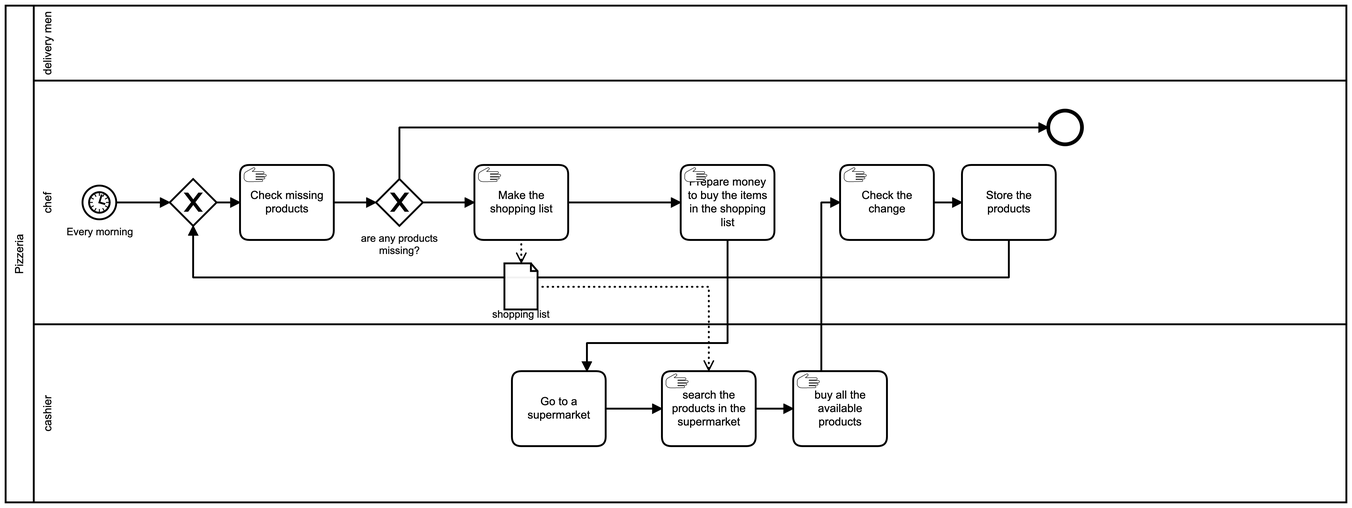
MattiaRiola/is-pizzeria-project keeps this BPMN diagram as images/BPMN_ASIS_InventoryRestock.png. Above is the earlier version. Its source is kept beside it as camunda_files/BPMN_ASIS_InventoryRestock.bpmn. Ids are renumbered. The source it was exported from:
```xml
<bpmn:definitions xmlns:bpmn="http://www.omg.org/spec/BPMN/20100524/MODEL" xmlns:bpmndi="http://www.omg.org/spec/BPMN/20100524/DI" xmlns:dc="http://www.omg.org/spec/DD/20100524/DC" xmlns:di="http://www.omg.org/spec/DD/20100524/DI" xmlns:modeler="http://camunda.org/schema/modeler/1.0" id="Definitions_n1" targetNamespace="http://bpmn.io/schema/bpmn" exporter="Camunda Modeler" exporterVersion="4.11.1" modeler:executionPlatform="Camunda Platform" modeler:executionPlatformVersion="7.15.0">
  <bpmn:collaboration id="Collaboration_n2">
    <bpmn:participant id="Participant_n3" name="Pizzeria" processRef="Process_n4" />
  </bpmn:collaboration>
  <bpmn:process id="Process_n4" isExecutable="false">
    <bpmn:laneSet id="LaneSet_n5">
      <bpmn:lane id="Lane_n6" name="delivery men" />
      <bpmn:lane id="Lane_n7" name="chef">
        <bpmn:flowNodeRef>StartEvent_1</bpmn:flowNodeRef>
        <bpmn:flowNodeRef>Gateway_n8</bpmn:flowNodeRef>
        <bpmn:flowNodeRef>Activity_n9</bpmn:flowNodeRef>
        <bpmn:flowNodeRef>Gateway_n10</bpmn:flowNodeRef>
        <bpmn:flowNodeRef>Activity_n11</bpmn:flowNodeRef>
        <bpmn:flowNodeRef>Activity_n12</bpmn:flowNodeRef>
        <bpmn:flowNodeRef>Activity_n13</bpmn:flowNodeRef>
        <bpmn:flowNodeRef>Activity_n14</bpmn:flowNodeRef>
        <bpmn:flowNodeRef>Event_n15</bpmn:flowNodeRef>
      </bpmn:lane>
      <bpmn:lane id="Lane_n16" name="cashier">
        <bpmn:flowNodeRef>Activity_n17</bpmn:flowNodeRef>
        <bpmn:flowNodeRef>Activity_n18</bpmn:flowNodeRef>
        <bpmn:flowNodeRef>Activity_n19</bpmn:flowNodeRef>
      </bpmn:lane>
    </bpmn:laneSet>
    <bpmn:startEvent id="StartEvent_1" name="Every morning">
      <bpmn:outgoing>Flow_n20</bpmn:outgoing>
      <bpmn:timerEventDefinition id="TimerEventDefinition_n21" />
    </bpmn:startEvent>
    <bpmn:exclusiveGateway id="Gateway_n8">
      <bpmn:incoming>Flow_n20</bpmn:incoming>
      <bpmn:incoming>Flow_n22</bpmn:incoming>
      <bpmn:outgoing>Flow_n23</bpmn:outgoing>
    </bpmn:exclusiveGateway>
    <bpmn:task id="Activity_n17" name="Go to a supermarket">
      <bpmn:incoming>Flow_n24</bpmn:incoming>
      <bpmn:outgoing>Flow_n25</bpmn:outgoing>
    </bpmn:task>
    <bpmn:task id="Activity_n9" name="Store the products">
      <bpmn:incoming>Flow_n26</bpmn:incoming>
      <bpmn:outgoing>Flow_n22</bpmn:outgoing>
    </bpmn:task>
    <bpmn:dataObjectReference id="DataObjectReference_n27" name="shopping list" dataObjectRef="DataObject_n28" />
    <bpmn:dataObject id="DataObject_n28" />
    <bpmn:exclusiveGateway id="Gateway_n10" name="are any products missing?">
      <bpmn:incoming>Flow_n29</bpmn:incoming>
      <bpmn:outgoing>Flow_n30</bpmn:outgoing>
      <bpmn:outgoing>Flow_n31</bpmn:outgoing>
    </bpmn:exclusiveGateway>
    <bpmn:sequenceFlow id="Flow_n20" sourceRef="StartEvent_1" targetRef="Gateway_n8" />
    <bpmn:sequenceFlow id="Flow_n29" sourceRef="Activity_n11" targetRef="Gateway_n10" />
    <bpmn:sequenceFlow id="Flow_n23" sourceRef="Gateway_n8" targetRef="Activity_n11" />
    <bpmn:sequenceFlow id="Flow_n22" sourceRef="Activity_n9" targetRef="Gateway_n8" />
    <bpmn:sequenceFlow id="Flow_n24" sourceRef="Activity_n13" targetRef="Activity_n17" />
    <bpmn:sequenceFlow id="Flow_n25" sourceRef="Activity_n17" targetRef="Activity_n18" />
    <bpmn:sequenceFlow id="Flow_n32" sourceRef="Activity_n18" targetRef="Activity_n19" />
    <bpmn:sequenceFlow id="Flow_n33" sourceRef="Activity_n19" targetRef="Activity_n14" />
    <bpmn:sequenceFlow id="Flow_n26" sourceRef="Activity_n14" targetRef="Activity_n9" />
    <bpmn:sequenceFlow id="Flow_n34" sourceRef="Activity_n12" targetRef="Activity_n13" />
    <bpmn:sequenceFlow id="Flow_n30" sourceRef="Gateway_n10" targetRef="Activity_n12" />
    <bpmn:sequenceFlow id="Flow_n31" sourceRef="Gateway_n10" targetRef="Event_n15" />
    <bpmn:manualTask id="Activity_n11" name="Check missing products">
      <bpmn:incoming>Flow_n23</bpmn:incoming>
      <bpmn:outgoing>Flow_n29</bpmn:outgoing>
    </bpmn:manualTask>
    <bpmn:manualTask id="Activity_n12" name="Make the shopping list">
      <bpmn:incoming>Flow_n30</bpmn:incoming>
      <bpmn:outgoing>Flow_n34</bpmn:outgoing>
      <bpmn:dataOutputAssociation id="DataOutputAssociation_n35">
        <bpmn:targetRef>DataObjectReference_n27</bpmn:targetRef>
      </bpmn:dataOutputAssociation>
    </bpmn:manualTask>
    <bpmn:manualTask id="Activity_n13" name="Prepare money to buy the items in the shopping list">
      <bpmn:incoming>Flow_n34</bpmn:incoming>
      <bpmn:outgoing>Flow_n24</bpmn:outgoing>
    </bpmn:manualTask>
    <bpmn:manualTask id="Activity_n14" name="Check the change">
      <bpmn:incoming>Flow_n33</bpmn:incoming>
      <bpmn:outgoing>Flow_n26</bpmn:outgoing>
    </bpmn:manualTask>
    <bpmn:manualTask id="Activity_n18" name="search the products in the supermarket">
      <bpmn:incoming>Flow_n25</bpmn:incoming>
      <bpmn:outgoing>Flow_n32</bpmn:outgoing>
      <bpmn:property id="Property_n36" name="__targetRef_placeholder" />
      <bpmn:dataInputAssociation id="DataInputAssociation_n37">
        <bpmn:sourceRef>DataObjectReference_n27</bpmn:sourceRef>
        <bpmn:targetRef>Property_n36</bpmn:targetRef>
      </bpmn:dataInputAssociation>
    </bpmn:manualTask>
    <bpmn:manualTask id="Activity_n19" name="buy all the available products">
      <bpmn:incoming>Flow_n32</bpmn:incoming>
      <bpmn:outgoing>Flow_n33</bpmn:outgoing>
    </bpmn:manualTask>
    <bpmn:endEvent id="Event_n15">
      <bpmn:incoming>Flow_n31</bpmn:incoming>
    </bpmn:endEvent>
  </bpmn:process>
  <bpmndi:BPMNDiagram id="BPMNDiagram_1">
    <bpmndi:BPMNPlane id="BPMNPlane_1" bpmnElement="Collaboration_n2">
      <bpmndi:BPMNShape id="Participant_n3_di" bpmnElement="Participant_n3" isHorizontal="true">
        <dc:Bounds x="160" y="80" width="1430" height="530" />
      </bpmndi:BPMNShape>
      <bpmndi:BPMNShape id="Lane_n16_di" bpmnElement="Lane_n16" isHorizontal="true">
        <dc:Bounds x="190" y="420" width="1400" height="190" />
      </bpmndi:BPMNShape>
      <bpmndi:BPMNShape id="Lane_n7_di" bpmnElement="Lane_n7" isHorizontal="true">
        <dc:Bounds x="190" y="160" width="1400" height="260" />
      </bpmndi:BPMNShape>
      <bpmndi:BPMNShape id="Lane_n6_di" bpmnElement="Lane_n6" isHorizontal="true">
        <dc:Bounds x="190" y="80" width="1400" height="80" />
      </bpmndi:BPMNShape>
      <bpmndi:BPMNEdge id="Flow_n31_di" bpmnElement="Flow_n31">
        <di:waypoint x="580" y="265" />
        <di:waypoint x="580" y="210" />
        <di:waypoint x="1272" y="210" />
      </bpmndi:BPMNEdge>
      <bpmndi:BPMNEdge id="Flow_n30_di" bpmnElement="Flow_n30">
        <di:waypoint x="605" y="290" />
        <di:waypoint x="660" y="290" />
      </bpmndi:BPMNEdge>
      <bpmndi:BPMNEdge id="Flow_n34_di" bpmnElement="Flow_n34">
        <di:waypoint x="760" y="290" />
        <di:waypoint x="880" y="290" />
      </bpmndi:BPMNEdge>
      <bpmndi:BPMNEdge id="Flow_n26_di" bpmnElement="Flow_n26">
        <di:waypoint x="1150" y="290" />
        <di:waypoint x="1180" y="290" />
      </bpmndi:BPMNEdge>
      <bpmndi:BPMNEdge id="Flow_n33_di" bpmnElement="Flow_n33">
        <di:waypoint x="1030" y="470" />
        <di:waypoint x="1030" y="290" />
        <di:waypoint x="1050" y="290" />
      </bpmndi:BPMNEdge>
      <bpmndi:BPMNEdge id="Flow_n32_di" bpmnElement="Flow_n32">
        <di:waypoint x="960" y="510" />
        <di:waypoint x="1000" y="510" />
      </bpmndi:BPMNEdge>
      <bpmndi:BPMNEdge id="Flow_n25_di" bpmnElement="Flow_n25">
        <di:waypoint x="800" y="510" />
        <di:waypoint x="860" y="510" />
      </bpmndi:BPMNEdge>
      <bpmndi:BPMNEdge id="Flow_n24_di" bpmnElement="Flow_n24">
        <di:waypoint x="930" y="330" />
        <di:waypoint x="930" y="440" />
        <di:waypoint x="780" y="440" />
        <di:waypoint x="780" y="470" />
      </bpmndi:BPMNEdge>
      <bpmndi:BPMNEdge id="Flow_n22_di" bpmnElement="Flow_n22">
        <di:waypoint x="1230" y="330" />
        <di:waypoint x="1230" y="370" />
        <di:waypoint x="360" y="370" />
        <di:waypoint x="360" y="315" />
      </bpmndi:BPMNEdge>
      <bpmndi:BPMNEdge id="Flow_n23_di" bpmnElement="Flow_n23">
        <di:waypoint x="385" y="290" />
        <di:waypoint x="410" y="290" />
      </bpmndi:BPMNEdge>
      <bpmndi:BPMNEdge id="Flow_n29_di" bpmnElement="Flow_n29">
        <di:waypoint x="510" y="290" />
        <di:waypoint x="555" y="290" />
      </bpmndi:BPMNEdge>
      <bpmndi:BPMNEdge id="Flow_n20_di" bpmnElement="Flow_n20">
        <di:waypoint x="278" y="290" />
        <di:waypoint x="335" y="290" />
      </bpmndi:BPMNEdge>
      <bpmndi:BPMNShape id="Event_0vxi1xq_di" bpmnElement="StartEvent_1">
        <dc:Bounds x="242" y="272" width="36" height="36" />
        <bpmndi:BPMNLabel>
          <dc:Bounds x="225" y="315" width="71" height="14" />
        </bpmndi:BPMNLabel>
      </bpmndi:BPMNShape>
      <bpmndi:BPMNShape id="Gateway_n8_di" bpmnElement="Gateway_n8" isMarkerVisible="true">
        <dc:Bounds x="335" y="265" width="50" height="50" />
      </bpmndi:BPMNShape>
      <bpmndi:BPMNShape id="Activity_n17_di" bpmnElement="Activity_n17">
        <dc:Bounds x="700" y="470" width="100" height="80" />
      </bpmndi:BPMNShape>
      <bpmndi:BPMNShape id="Activity_n9_di" bpmnElement="Activity_n9">
        <dc:Bounds x="1180" y="250" width="100" height="80" />
      </bpmndi:BPMNShape>
      <bpmndi:BPMNShape id="DataObjectReference_n27_di" bpmnElement="DataObjectReference_n27">
        <dc:Bounds x="692" y="355" width="36" height="50" />
        <bpmndi:BPMNLabel>
          <dc:Bounds x="679" y="403" width="62" height="14" />
        </bpmndi:BPMNLabel>
      </bpmndi:BPMNShape>
      <bpmndi:BPMNShape id="Gateway_n10_di" bpmnElement="Gateway_n10" isMarkerVisible="true">
        <dc:Bounds x="555" y="265" width="50" height="50" />
        <bpmndi:BPMNLabel>
          <dc:Bounds x="539" y="322" width="82" height="27" />
        </bpmndi:BPMNLabel>
      </bpmndi:BPMNShape>
      <bpmndi:BPMNShape id="Activity_1hv5n4s_di" bpmnElement="Activity_n11">
        <dc:Bounds x="410" y="250" width="100" height="80" />
      </bpmndi:BPMNShape>
      <bpmndi:BPMNShape id="Activity_06ijss4_di" bpmnElement="Activity_n12">
        <dc:Bounds x="660" y="250" width="100" height="80" />
      </bpmndi:BPMNShape>
      <bpmndi:BPMNShape id="Activity_0f36nfj_di" bpmnElement="Activity_n13">
        <dc:Bounds x="880" y="250" width="100" height="80" />
      </bpmndi:BPMNShape>
      <bpmndi:BPMNShape id="Activity_0nizaps_di" bpmnElement="Activity_n14">
        <dc:Bounds x="1050" y="250" width="100" height="80" />
      </bpmndi:BPMNShape>
      <bpmndi:BPMNShape id="Activity_023zilf_di" bpmnElement="Activity_n18">
        <dc:Bounds x="860" y="470" width="100" height="80" />
      </bpmndi:BPMNShape>
      <bpmndi:BPMNShape id="Activity_03lw4gd_di" bpmnElement="Activity_n19">
        <dc:Bounds x="1000" y="470" width="100" height="80" />
      </bpmndi:BPMNShape>
      <bpmndi:BPMNShape id="Event_n15_di" bpmnElement="Event_n15">
        <dc:Bounds x="1272" y="192" width="36" height="36" />
      </bpmndi:BPMNShape>
      <bpmndi:BPMNEdge id="DataInputAssociation_n37_di" bpmnElement="DataInputAssociation_n37">
        <di:waypoint x="728" y="380" />
        <di:waypoint x="910" y="380" />
        <di:waypoint x="910" y="470" />
      </bpmndi:BPMNEdge>
      <bpmndi:BPMNEdge id="DataOutputAssociation_n35_di" bpmnElement="DataOutputAssociation_n35">
        <di:waypoint x="710" y="330" />
        <di:waypoint x="710" y="355" />
      </bpmndi:BPMNEdge>
    </bpmndi:BPMNPlane>
  </bpmndi:BPMNDiagram>
</bpmn:definitions>
```
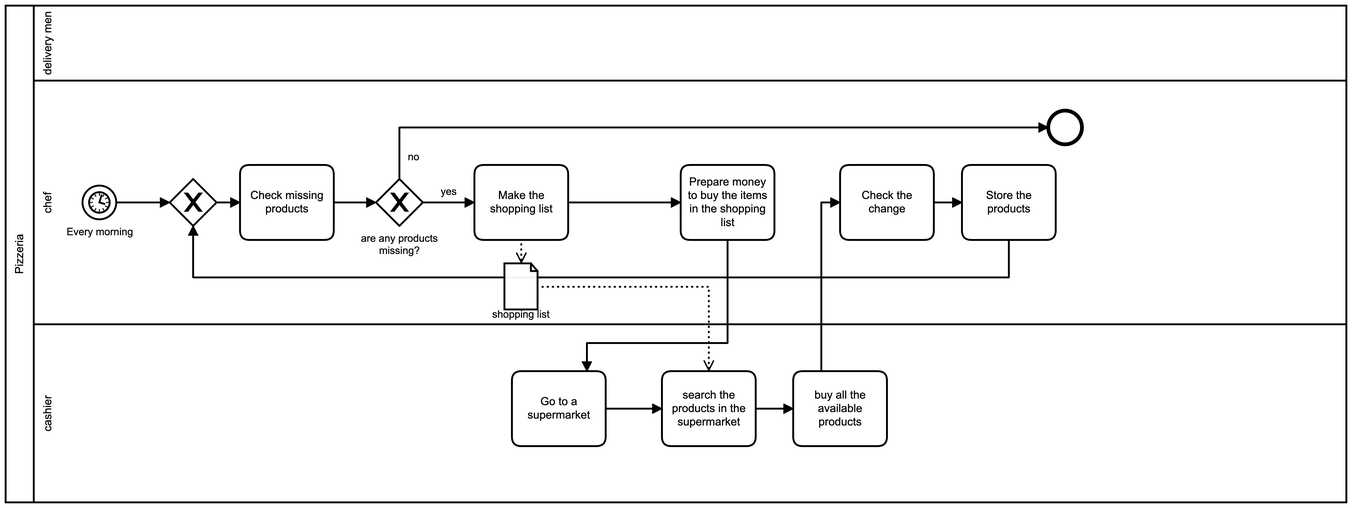
After the commit.

Commit message:
docs: asis fix bpmn

Diff of the diagram source:
```diff
@@ -10,11 +10,11 @@
         <bpmn:flowNodeRef>Gateway_n8</bpmn:flowNodeRef>
         <bpmn:flowNodeRef>Activity_n9</bpmn:flowNodeRef>
         <bpmn:flowNodeRef>Gateway_n10</bpmn:flowNodeRef>
+        <bpmn:flowNodeRef>Event_n15</bpmn:flowNodeRef>
         <bpmn:flowNodeRef>Activity_n11</bpmn:flowNodeRef>
+        <bpmn:flowNodeRef>Activity_n13</bpmn:flowNodeRef>
         <bpmn:flowNodeRef>Activity_n12</bpmn:flowNodeRef>
-        <bpmn:flowNodeRef>Activity_n13</bpmn:flowNodeRef>
         <bpmn:flowNodeRef>Activity_n14</bpmn:flowNodeRef>
-        <bpmn:flowNodeRef>Event_n15</bpmn:flowNodeRef>
       </bpmn:lane>
       <bpmn:lane id="Lane_n16" name="cashier">
         <bpmn:flowNodeRef>Activity_n17</bpmn:flowNodeRef>
@@ -56,43 +56,43 @@
     <bpmn:sequenceFlow id="Flow_n33" sourceRef="Activity_n19" targetRef="Activity_n14" />
     <bpmn:sequenceFlow id="Flow_n26" sourceRef="Activity_n14" targetRef="Activity_n9" />
     <bpmn:sequenceFlow id="Flow_n34" sourceRef="Activity_n12" targetRef="Activity_n13" />
-    <bpmn:sequenceFlow id="Flow_n30" sourceRef="Gateway_n10" targetRef="Activity_n12" />
-    <bpmn:sequenceFlow id="Flow_n31" sourceRef="Gateway_n10" targetRef="Event_n15" />
-    <bpmn:manualTask id="Activity_n11" name="Check missing products">
+    <bpmn:sequenceFlow id="Flow_n30" name="yes" sourceRef="Gateway_n10" targetRef="Activity_n12" />
+    <bpmn:sequenceFlow id="Flow_n31" name="no" sourceRef="Gateway_n10" targetRef="Event_n15" />
+    <bpmn:endEvent id="Event_n15">
+      <bpmn:incoming>Flow_n31</bpmn:incoming>
+    </bpmn:endEvent>
+    <bpmn:task id="Activity_n11" name="Check missing products">
       <bpmn:incoming>Flow_n23</bpmn:incoming>
       <bpmn:outgoing>Flow_n29</bpmn:outgoing>
-    </bpmn:manualTask>
-    <bpmn:manualTask id="Activity_n12" name="Make the shopping list">
+    </bpmn:task>
+    <bpmn:task id="Activity_n13" name="Prepare money to buy the items in the shopping list">
+      <bpmn:incoming>Flow_n34</bpmn:incoming>
+      <bpmn:outgoing>Flow_n24</bpmn:outgoing>
+    </bpmn:task>
+    <bpmn:task id="Activity_n12" name="Make the shopping list">
       <bpmn:incoming>Flow_n30</bpmn:incoming>
       <bpmn:outgoing>Flow_n34</bpmn:outgoing>
       <bpmn:dataOutputAssociation id="DataOutputAssociation_n35">
         <bpmn:targetRef>DataObjectReference_n27</bpmn:targetRef>
       </bpmn:dataOutputAssociation>
-    </bpmn:manualTask>
-    <bpmn:manualTask id="Activity_n13" name="Prepare money to buy the items in the shopping list">
-      <bpmn:incoming>Flow_n34</bpmn:incoming>
-      <bpmn:outgoing>Flow_n24</bpmn:outgoing>
-    </bpmn:manualTask>
-    <bpmn:manualTask id="Activity_n14" name="Check the change">
+    </bpmn:task>
+    <bpmn:task id="Activity_n18" name="search the products in the supermarket">
+      <bpmn:incoming>Flow_n25</bpmn:incoming>
+      <bpmn:outgoing>Flow_n32</bpmn:outgoing>
+      <bpmn:property id="Property_n38" name="__targetRef_placeholder" />
+      <bpmn:dataInputAssociation id="DataInputAssociation_n37">
+        <bpmn:sourceRef>DataObjectReference_n27</bpmn:sourceRef>
+        <bpmn:targetRef>Property_n38</bpmn:targetRef>
+      </bpmn:dataInputAssociation>
+    </bpmn:task>
+    <bpmn:task id="Activity_n19" name="buy all the available products">
+      <bpmn:incoming>Flow_n32</bpmn:incoming>
+      <bpmn:outgoing>Flow_n33</bpmn:outgoing>
+    </bpmn:task>
+    <bpmn:task id="Activity_n14" name="Check the change">
       <bpmn:incoming>Flow_n33</bpmn:incoming>
       <bpmn:outgoing>Flow_n26</bpmn:outgoing>
-    </bpmn:manualTask>
-    <bpmn:manualTask id="Activity_n18" name="search the products in the supermarket">
-      <bpmn:incoming>Flow_n25</bpmn:incoming>
-      <bpmn:outgoing>Flow_n32</bpmn:outgoing>
-      <bpmn:property id="Property_n36" name="__targetRef_placeholder" />
-      <bpmn:dataInputAssociation id="DataInputAssociation_n37">
-        <bpmn:sourceRef>DataObjectReference_n27</bpmn:sourceRef>
-        <bpmn:targetRef>Property_n36</bpmn:targetRef>
-      </bpmn:dataInputAssociation>
-    </bpmn:manualTask>
-    <bpmn:manualTask id="Activity_n19" name="buy all the available products">
-      <bpmn:incoming>Flow_n32</bpmn:incoming>
-      <bpmn:outgoing>Flow_n33</bpmn:outgoing>
-    </bpmn:manualTask>
-    <bpmn:endEvent id="Event_n15">
-      <bpmn:incoming>Flow_n31</bpmn:incoming>
-    </bpmn:endEvent>
+    </bpmn:task>
   </bpmn:process>
   <bpmndi:BPMNDiagram id="BPMNDiagram_1">
     <bpmndi:BPMNPlane id="BPMNPlane_1" bpmnElement="Collaboration_n2">
@@ -112,10 +112,16 @@
         <di:waypoint x="580" y="265" />
         <di:waypoint x="580" y="210" />
         <di:waypoint x="1272" y="210" />
+        <bpmndi:BPMNLabel>
+          <dc:Bounds x="589" y="235" width="13" height="14" />
+        </bpmndi:BPMNLabel>
       </bpmndi:BPMNEdge>
       <bpmndi:BPMNEdge id="Flow_n30_di" bpmnElement="Flow_n30">
         <di:waypoint x="605" y="290" />
         <di:waypoint x="660" y="290" />
+        <bpmndi:BPMNLabel>
+          <dc:Bounds x="624" y="272" width="18" height="14" />
+        </bpmndi:BPMNLabel>
       </bpmndi:BPMNEdge>
       <bpmndi:BPMNEdge id="Flow_n34_di" bpmnElement="Flow_n34">
         <di:waypoint x="760" y="290" />
@@ -189,36 +195,36 @@
           <dc:Bounds x="539" y="322" width="82" height="27" />
         </bpmndi:BPMNLabel>
       </bpmndi:BPMNShape>
-      <bpmndi:BPMNShape id="Activity_1hv5n4s_di" bpmnElement="Activity_n11">
-        <dc:Bounds x="410" y="250" width="100" height="80" />
-      </bpmndi:BPMNShape>
-      <bpmndi:BPMNShape id="Activity_06ijss4_di" bpmnElement="Activity_n12">
-        <dc:Bounds x="660" y="250" width="100" height="80" />
-      </bpmndi:BPMNShape>
-      <bpmndi:BPMNShape id="Activity_0f36nfj_di" bpmnElement="Activity_n13">
-        <dc:Bounds x="880" y="250" width="100" height="80" />
-      </bpmndi:BPMNShape>
-      <bpmndi:BPMNShape id="Activity_0nizaps_di" bpmnElement="Activity_n14">
-        <dc:Bounds x="1050" y="250" width="100" height="80" />
-      </bpmndi:BPMNShape>
-      <bpmndi:BPMNShape id="Activity_023zilf_di" bpmnElement="Activity_n18">
-        <dc:Bounds x="860" y="470" width="100" height="80" />
-      </bpmndi:BPMNShape>
-      <bpmndi:BPMNShape id="Activity_03lw4gd_di" bpmnElement="Activity_n19">
-        <dc:Bounds x="1000" y="470" width="100" height="80" />
-      </bpmndi:BPMNShape>
       <bpmndi:BPMNShape id="Event_n15_di" bpmnElement="Event_n15">
         <dc:Bounds x="1272" y="192" width="36" height="36" />
       </bpmndi:BPMNShape>
+      <bpmndi:BPMNShape id="Activity_1bgzub7_di" bpmnElement="Activity_n11">
+        <dc:Bounds x="410" y="250" width="100" height="80" />
+      </bpmndi:BPMNShape>
+      <bpmndi:BPMNShape id="Activity_18l09lo_di" bpmnElement="Activity_n13">
+        <dc:Bounds x="880" y="250" width="100" height="80" />
+      </bpmndi:BPMNShape>
+      <bpmndi:BPMNShape id="Activity_1nucwda_di" bpmnElement="Activity_n12">
+        <dc:Bounds x="660" y="250" width="100" height="80" />
+      </bpmndi:BPMNShape>
+      <bpmndi:BPMNShape id="Activity_1wyn1hl_di" bpmnElement="Activity_n18">
+        <dc:Bounds x="860" y="470" width="100" height="80" />
+      </bpmndi:BPMNShape>
+      <bpmndi:BPMNShape id="Activity_1c1yvoq_di" bpmnElement="Activity_n19">
+        <dc:Bounds x="1000" y="470" width="100" height="80" />
+      </bpmndi:BPMNShape>
+      <bpmndi:BPMNShape id="Activity_0tdbzsx_di" bpmnElement="Activity_n14">
+        <dc:Bounds x="1050" y="250" width="100" height="80" />
+      </bpmndi:BPMNShape>
+      <bpmndi:BPMNEdge id="DataOutputAssociation_n35_di" bpmnElement="DataOutputAssociation_n35">
+        <di:waypoint x="710" y="330" />
+        <di:waypoint x="710" y="355" />
+      </bpmndi:BPMNEdge>
       <bpmndi:BPMNEdge id="DataInputAssociation_n37_di" bpmnElement="DataInputAssociation_n37">
         <di:waypoint x="728" y="380" />
         <di:waypoint x="910" y="380" />
         <di:waypoint x="910" y="470" />
       </bpmndi:BPMNEdge>
-      <bpmndi:BPMNEdge id="DataOutputAssociation_n35_di" bpmnElement="DataOutputAssociation_n35">
-        <di:waypoint x="710" y="330" />
-        <di:waypoint x="710" y="355" />
-      </bpmndi:BPMNEdge>
     </bpmndi:BPMNPlane>
   </bpmndi:BPMNDiagram>
 </bpmn:definitions>
```
